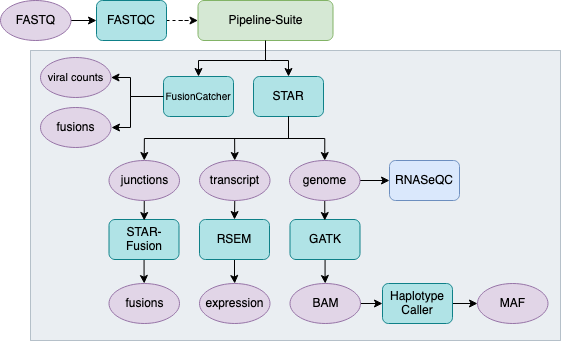
The draw.io diagram pughlab_rna_pipeline_suite.png in pughlab/pipeline-suite, before a commit. Source tidied: cells renumbered, new cells last; positions are measured from the earlier drawing's top-left corner, leaving out a move shared by most shapes.
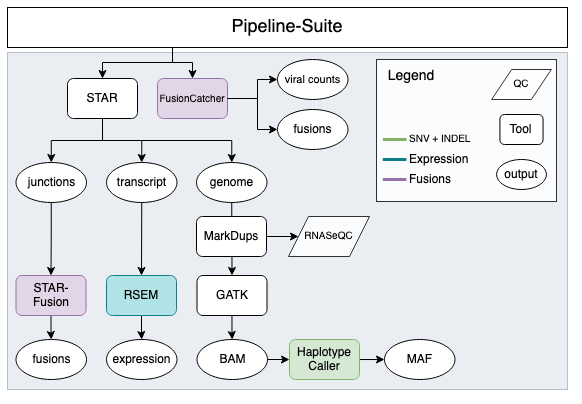
Above is the later version.

Commit message:
updated pipeline schematics

What changed in the source:
```diff
@@ -3,112 +3,95 @@
     <mxCell id="0" />
     <mxCell id="1" parent="0" />
     <mxCell id="2" style="rounded=0;whiteSpace=wrap;html=1;fillColor=#bac8d3;opacity=30;strokeColor=#23445d;" parent="1" vertex="1">
-      <mxGeometry x="30" y="50" width="530" height="290" as="geometry" />
+      <mxGeometry x="-50" y="53" width="560" height="337" as="geometry" />
     </mxCell>
     <mxCell id="3" style="edgeStyle=orthogonalEdgeStyle;rounded=0;jettySize=auto;html=1;" parent="1" edge="1" source="4" target="34">
       <mxGeometry relative="1" as="geometry" />
     </mxCell>
     <mxCell id="4" value="RSEM" style="rounded=1;whiteSpace=wrap;html=1;fillColor=#b0e3e6;strokeColor=#0e8088;" parent="1" vertex="1">
-      <mxGeometry x="199" y="219" width="70" height="40" as="geometry" />
+      <mxGeometry x="49" y="276" width="70" height="40" as="geometry" />
     </mxCell>
-    <mxCell id="5" style="edgeStyle=orthogonalEdgeStyle;rounded=0;jettySize=auto;html=1;entryX=1;entryY=0.5;entryDx=0;entryDy=0;" parent="1" edge="1" source="6" target="36">
+    <mxCell id="5" style="edgeStyle=orthogonalEdgeStyle;rounded=0;jettySize=auto;html=1;entryX=0;entryY=0.5;entryDx=0;entryDy=0;" parent="1" edge="1" source="6" target="36">
       <mxGeometry relative="1" as="geometry">
         <Array as="points">
-          <mxPoint x="130" y="96" />
-          <mxPoint x="130" y="77" />
+          <mxPoint x="200" y="99" />
+          <mxPoint x="200" y="80" />
         </Array>
       </mxGeometry>
     </mxCell>
-    <mxCell id="6" value="&lt;font style=&quot;font-size: 10px&quot;&gt;FusionCatcher&lt;/font&gt;" style="rounded=1;whiteSpace=wrap;html=1;fillColor=#b0e3e6;strokeColor=#0e8088;" parent="1" vertex="1">
-      <mxGeometry x="163" y="76" width="70" height="40" as="geometry" />
+    <mxCell id="6" value="&lt;font style=&quot;font-size: 10px&quot;&gt;FusionCatcher&lt;/font&gt;" style="rounded=1;whiteSpace=wrap;html=1;fillColor=#e1d5e7;strokeColor=#9673a6;" parent="1" vertex="1">
+      <mxGeometry x="100" y="79" width="70" height="40" as="geometry" />
     </mxCell>
-    <mxCell id="7" style="edgeStyle=orthogonalEdgeStyle;rounded=0;jettySize=auto;html=1;entryX=0.5;entryY=0;entryDx=0;entryDy=0;exitX=0.5;exitY=1;exitDx=0;exitDy=0;" parent="1" edge="1" source="8" target="9">
+    <mxCell id="7" style="edgeStyle=orthogonalEdgeStyle;rounded=0;jettySize=auto;html=1;entryX=0.5;entryY=0;entryDx=0;entryDy=0;exitX=0.5;exitY=1;exitDx=0;exitDy=0;" parent="1" edge="1" target="9">
       <mxGeometry relative="1" as="geometry">
+        <mxPoint x="115" y="43" as="sourcePoint" />
         <Array as="points">
-          <mxPoint x="270" y="60" />
-          <mxPoint x="225" y="60" />
+          <mxPoint x="120" y="63" />
+          <mxPoint x="75" y="63" />
         </Array>
       </mxGeometry>
     </mxCell>
-    <mxCell id="8" value="Pipeline-Suite" style="rounded=1;whiteSpace=wrap;html=1;fillColor=#d5e8d4;strokeColor=#82b366;" parent="1" vertex="1">
-      <mxGeometry x="197.5" width="135" height="40" as="geometry" />
-    </mxCell>
-    <mxCell id="9" value="STAR" style="rounded=1;whiteSpace=wrap;html=1;fillColor=#b0e3e6;strokeColor=#0e8088;" parent="1" vertex="1">
-      <mxGeometry x="253" y="76" width="70" height="40" as="geometry" />
+    <mxCell id="9" value="STAR" style="rounded=1;whiteSpace=wrap;html=1;" parent="1" vertex="1">
+      <mxGeometry x="10" y="79" width="70" height="40" as="geometry" />
     </mxCell>
-    <mxCell id="10" style="edgeStyle=orthogonalEdgeStyle;rounded=0;jettySize=auto;html=1;dashed=1;" parent="1" edge="1" source="11" target="8">
-      <mxGeometry relative="1" as="geometry" />
-    </mxCell>
-    <mxCell id="11" value="FASTQC" style="rounded=1;whiteSpace=wrap;html=1;fillColor=#b0e3e6;strokeColor=#0e8088;" parent="1" vertex="1">
-      <mxGeometry x="96" width="70" height="40" as="geometry" />
-    </mxCell>
     <mxCell id="12" style="edgeStyle=orthogonalEdgeStyle;rounded=0;jettySize=auto;html=1;" parent="1" edge="1" source="13" target="20">
       <mxGeometry relative="1" as="geometry" />
     </mxCell>
-    <mxCell id="13" value="GATK" style="rounded=1;whiteSpace=wrap;html=1;fillColor=#b0e3e6;strokeColor=#0e8088;" parent="1" vertex="1">
-      <mxGeometry x="289.5" y="219" width="70" height="40" as="geometry" />
+    <mxCell id="13" value="GATK" style="rounded=1;whiteSpace=wrap;html=1;" parent="1" vertex="1">
+      <mxGeometry x="139.5" y="276" width="70" height="40" as="geometry" />
     </mxCell>
-    <mxCell id="14" value="RNASeQC" style="rounded=1;whiteSpace=wrap;html=1;fillColor=#dae8fc;strokeColor=#6c8ebf;" parent="1" vertex="1">
-      <mxGeometry x="389" y="160" width="70" height="40" as="geometry" />
+    <mxCell id="14" value="RNASeQC" style="shape=parallelogram;perimeter=parallelogramPerimeter;whiteSpace=wrap;html=1;fixedSize=1;rounded=0;fontSize=10;opacity=80;" parent="1" vertex="1">
+      <mxGeometry x="231" y="217" width="81" height="40" as="geometry" />
     </mxCell>
     <mxCell id="15" style="edgeStyle=orthogonalEdgeStyle;rounded=0;jettySize=auto;html=1;" parent="1" edge="1" source="16" target="35">
       <mxGeometry relative="1" as="geometry" />
     </mxCell>
-    <mxCell id="16" value="STAR-Fusion" style="rounded=1;whiteSpace=wrap;html=1;fillColor=#b0e3e6;strokeColor=#0e8088;" parent="1" vertex="1">
-      <mxGeometry x="108.5" y="219" width="70" height="40" as="geometry" />
+    <mxCell id="16" value="STAR-Fusion" style="rounded=1;whiteSpace=wrap;html=1;fillColor=#e1d5e7;strokeColor=#9673a6;" parent="1" vertex="1">
+      <mxGeometry x="-41.5" y="276" width="70" height="40" as="geometry" />
     </mxCell>
     <mxCell id="17" style="edgeStyle=orthogonalEdgeStyle;rounded=0;jumpStyle=none;jettySize=auto;html=1;strokeColor=#000000;entryX=0;entryY=0.5;entryDx=0;entryDy=0;" parent="1" edge="1" source="18" target="38">
       <mxGeometry relative="1" as="geometry" />
     </mxCell>
-    <mxCell id="18" value="&lt;div&gt;&lt;font style=&quot;font-size: 12px&quot;&gt;Haplotype&lt;/font&gt;&lt;/div&gt;&lt;div&gt;&lt;font style=&quot;font-size: 12px&quot;&gt;Caller&lt;/font&gt;&lt;/div&gt;" style="rounded=1;whiteSpace=wrap;html=1;fillColor=#b0e3e6;strokeColor=#0e8088;" parent="1" vertex="1">
-      <mxGeometry x="382" y="283" width="70" height="40" as="geometry" />
+    <mxCell id="18" value="&lt;div&gt;&lt;font style=&quot;font-size: 12px&quot;&gt;Haplotype&lt;/font&gt;&lt;/div&gt;&lt;div&gt;&lt;font style=&quot;font-size: 12px&quot;&gt;Caller&lt;/font&gt;&lt;/div&gt;" style="rounded=1;whiteSpace=wrap;html=1;fillColor=#d5e8d4;strokeColor=#82b366;" parent="1" vertex="1">
+      <mxGeometry x="232" y="340" width="70" height="40" as="geometry" />
     </mxCell>
     <mxCell id="19" style="edgeStyle=orthogonalEdgeStyle;rounded=0;jumpStyle=none;jettySize=auto;html=1;strokeColor=#000000;entryX=0;entryY=0.5;entryDx=0;entryDy=0;exitX=1;exitY=0.5;exitDx=0;exitDy=0;" parent="1" edge="1" source="20" target="18">
       <mxGeometry relative="1" as="geometry" />
     </mxCell>
-    <mxCell id="20" value="BAM" style="ellipse;whiteSpace=wrap;html=1;fillColor=#e1d5e7;strokeColor=#9673a6;" parent="1" vertex="1">
-      <mxGeometry x="289.5" y="283" width="70.5" height="40" as="geometry" />
+    <mxCell id="20" value="BAM" style="ellipse;whiteSpace=wrap;html=1;" parent="1" vertex="1">
+      <mxGeometry x="139.5" y="340" width="70.5" height="40" as="geometry" />
     </mxCell>
     <mxCell id="21" style="edgeStyle=orthogonalEdgeStyle;rounded=0;jettySize=auto;html=1;entryX=0.5;entryY=0;entryDx=0;entryDy=0;exitX=0.5;exitY=1;exitDx=0;exitDy=0;" parent="1" edge="1" source="22" target="4">
       <mxGeometry relative="1" as="geometry">
         <Array as="points">
-          <mxPoint x="234" y="200" />
+          <mxPoint x="84" y="203" />
         </Array>
       </mxGeometry>
     </mxCell>
-    <mxCell id="22" value="transcript" style="ellipse;whiteSpace=wrap;html=1;fillColor=#e1d5e7;strokeColor=#9673a6;" parent="1" vertex="1">
-      <mxGeometry x="199" y="160" width="70.5" height="40" as="geometry" />
+    <mxCell id="22" value="transcript" style="ellipse;whiteSpace=wrap;html=1;" parent="1" vertex="1">
+      <mxGeometry x="49" y="163" width="70.5" height="40" as="geometry" />
     </mxCell>
-    <mxCell id="23" style="edgeStyle=orthogonalEdgeStyle;rounded=0;jettySize=auto;html=1;" parent="1" edge="1" source="25" target="14">
+    <mxCell id="23" style="edgeStyle=orthogonalEdgeStyle;rounded=0;jettySize=auto;html=1;exitX=1;exitY=0.5;exitDx=0;exitDy=0;" parent="1" edge="1" source="56" target="14">
       <mxGeometry relative="1" as="geometry" />
     </mxCell>
-    <mxCell id="24" style="edgeStyle=orthogonalEdgeStyle;rounded=0;jettySize=auto;html=1;" parent="1" edge="1" source="25">
-      <mxGeometry relative="1" as="geometry">
-        <mxPoint x="325" y="220" as="targetPoint" />
-      </mxGeometry>
+    <mxCell id="24" style="edgeStyle=orthogonalEdgeStyle;rounded=0;jettySize=auto;html=1;entryX=0.5;entryY=0;entryDx=0;entryDy=0;" parent="1" edge="1" source="25" target="56">
+      <mxGeometry relative="1" as="geometry" />
     </mxCell>
-    <mxCell id="25" value="genome" style="ellipse;whiteSpace=wrap;html=1;fillColor=#e1d5e7;strokeColor=#9673a6;" parent="1" vertex="1">
-      <mxGeometry x="289" y="160" width="70.5" height="40" as="geometry" />
+    <mxCell id="25" value="genome" style="ellipse;whiteSpace=wrap;html=1;" parent="1" vertex="1">
+      <mxGeometry x="139" y="163" width="70.5" height="40" as="geometry" />
     </mxCell>
-    <mxCell id="26" style="edgeStyle=orthogonalEdgeStyle;rounded=0;jettySize=auto;html=1;" parent="1" edge="1" source="27">
-      <mxGeometry relative="1" as="geometry">
-        <mxPoint x="144" y="220" as="targetPoint" />
-      </mxGeometry>
+    <mxCell id="26" style="edgeStyle=orthogonalEdgeStyle;rounded=0;jettySize=auto;html=1;entryX=0.5;entryY=0;entryDx=0;entryDy=0;" parent="1" edge="1" source="27" target="16">
+      <mxGeometry relative="1" as="geometry" />
     </mxCell>
-    <mxCell id="27" value="junctions" style="ellipse;whiteSpace=wrap;html=1;fillColor=#e1d5e7;strokeColor=#9673a6;" parent="1" vertex="1">
-      <mxGeometry x="108.5" y="160" width="70.5" height="40" as="geometry" />
+    <mxCell id="27" value="junctions" style="ellipse;whiteSpace=wrap;html=1;" parent="1" vertex="1">
+      <mxGeometry x="-41.5" y="163" width="70.5" height="40" as="geometry" />
     </mxCell>
-    <mxCell id="28" style="edgeStyle=orthogonalEdgeStyle;rounded=0;jettySize=auto;html=1;" parent="1" edge="1" source="29" target="11">
-      <mxGeometry relative="1" as="geometry" />
-    </mxCell>
-    <mxCell id="29" value="FASTQ" style="ellipse;whiteSpace=wrap;html=1;fillColor=#e1d5e7;strokeColor=#9673a6;" parent="1" vertex="1">
-      <mxGeometry width="70.5" height="40" as="geometry" />
-    </mxCell>
-    <mxCell id="30" style="edgeStyle=orthogonalEdgeStyle;rounded=0;jettySize=auto;html=1;exitX=0.5;exitY=1;exitDx=0;exitDy=0;entryX=0.5;entryY=0;entryDx=0;entryDy=0;" parent="1" edge="1" source="8" target="6">
+    <mxCell id="30" style="edgeStyle=orthogonalEdgeStyle;rounded=0;jettySize=auto;html=1;exitX=0.5;exitY=1;exitDx=0;exitDy=0;entryX=0.5;entryY=0;entryDx=0;entryDy=0;" parent="1" edge="1" target="6">
       <mxGeometry relative="1" as="geometry">
+        <mxPoint x="115" y="43" as="sourcePoint" />
         <Array as="points">
-          <mxPoint x="270" y="60" />
-          <mxPoint x="317" y="60" />
+          <mxPoint x="120" y="63" />
+          <mxPoint x="167" y="63" />
         </Array>
       </mxGeometry>
     </mxCell>
@@ -121,29 +104,95 @@
     <mxCell id="33" style="edgeStyle=orthogonalEdgeStyle;rounded=0;jettySize=auto;html=1;entryX=0.5;entryY=0;entryDx=0;entryDy=0;exitX=0.5;exitY=1;exitDx=0;exitDy=0;" parent="1" edge="1" source="9" target="25">
       <mxGeometry relative="1" as="geometry" />
     </mxCell>
-    <mxCell id="34" value="expression" style="ellipse;whiteSpace=wrap;html=1;fillColor=#e1d5e7;strokeColor=#9673a6;" parent="1" vertex="1">
-      <mxGeometry x="199" y="283" width="70.5" height="40" as="geometry" />
+    <mxCell id="34" value="expression" style="ellipse;whiteSpace=wrap;html=1;" parent="1" vertex="1">
+      <mxGeometry x="49" y="340" width="70.5" height="40" as="geometry" />
     </mxCell>
-    <mxCell id="35" value="fusions" style="ellipse;whiteSpace=wrap;html=1;fillColor=#e1d5e7;strokeColor=#9673a6;" parent="1" vertex="1">
-      <mxGeometry x="108.5" y="283" width="70.5" height="40" as="geometry" />
+    <mxCell id="35" value="fusions" style="ellipse;whiteSpace=wrap;html=1;" parent="1" vertex="1">
+      <mxGeometry x="-41.5" y="340" width="70.5" height="40" as="geometry" />
     </mxCell>
-    <mxCell id="36" value="&lt;font style=&quot;font-size: 11px&quot;&gt;viral counts&lt;/font&gt;" style="ellipse;whiteSpace=wrap;html=1;fillColor=#e1d5e7;strokeColor=#9673a6;" parent="1" vertex="1">
-      <mxGeometry x="40" y="57" width="70.5" height="40" as="geometry" />
+    <mxCell id="36" value="&lt;font style=&quot;font-size: 11px&quot;&gt;viral counts&lt;/font&gt;" style="ellipse;whiteSpace=wrap;html=1;" parent="1" vertex="1">
+      <mxGeometry x="220" y="60" width="70.5" height="40" as="geometry" />
     </mxCell>
-    <mxCell id="37" value="fusions" style="ellipse;whiteSpace=wrap;html=1;fillColor=#e1d5e7;strokeColor=#9673a6;" parent="1" vertex="1">
-      <mxGeometry x="40" y="107" width="70.5" height="40" as="geometry" />
+    <mxCell id="37" value="fusions" style="ellipse;whiteSpace=wrap;html=1;" parent="1" vertex="1">
+      <mxGeometry x="220" y="110" width="70.5" height="40" as="geometry" />
     </mxCell>
-    <mxCell id="38" value="MAF" style="ellipse;whiteSpace=wrap;html=1;fillColor=#e1d5e7;strokeColor=#9673a6;" parent="1" vertex="1">
-      <mxGeometry x="477" y="283" width="70.5" height="40" as="geometry" />
+    <mxCell id="38" value="MAF" style="ellipse;whiteSpace=wrap;html=1;" parent="1" vertex="1">
+      <mxGeometry x="327" y="340" width="70.5" height="40" as="geometry" />
     </mxCell>
-    <mxCell id="39" style="edgeStyle=orthogonalEdgeStyle;rounded=0;jettySize=auto;html=1;exitX=0;exitY=0.5;exitDx=0;exitDy=0;" parent="1" edge="1" source="6">
+    <mxCell id="39" style="edgeStyle=orthogonalEdgeStyle;rounded=0;jettySize=auto;html=1;exitX=1;exitY=0.5;exitDx=0;exitDy=0;entryX=0;entryY=0.5;entryDx=0;entryDy=0;" parent="1" edge="1" source="6" target="37">
       <mxGeometry relative="1" as="geometry">
-        <mxPoint x="111" y="127" as="targetPoint" />
         <Array as="points">
-          <mxPoint x="130" y="96" />
-          <mxPoint x="130" y="127" />
+          <mxPoint x="200" y="99" />
+          <mxPoint x="200" y="130" />
         </Array>
       </mxGeometry>
     </mxCell>
+    <mxCell id="8" value="Pipeline-Suite" style="rounded=0;whiteSpace=wrap;html=1;glass=0;shadow=0;sketch=0;fontStyle=0;fontSize=18;" parent="1" vertex="1">
+      <mxGeometry x="-50" y="8" width="560" height="40" as="geometry" />
+    </mxCell>
+    <mxCell id="40" style="group;" parent="1" vertex="1">
+      <mxGeometry x="319" y="60" width="180" height="142" as="geometry" />
+    </mxCell>
+    <mxCell id="41" style="rounded=0;whiteSpace=wrap;html=1;opacity=80;" parent="40" vertex="1">
+      <mxGeometry width="180" height="142" as="geometry" />
+    </mxCell>
+    <mxCell id="42" value="QC" style="shape=parallelogram;perimeter=parallelogramPerimeter;whiteSpace=wrap;html=1;fixedSize=1;rounded=0;fontSize=10;opacity=80;" parent="40" vertex="1">
+      <mxGeometry x="115.2" y="10" width="59.7" height="30" as="geometry" />
+    </mxCell>
+    <mxCell id="43" value="Tool" style="rounded=1;whiteSpace=wrap;html=1;" parent="40" vertex="1">
+      <mxGeometry x="123.4" y="55" width="43.1" height="30" as="geometry" />
+    </mxCell>
+    <mxCell id="44" value="output" style="ellipse;whiteSpace=wrap;html=1;" parent="40" vertex="1">
+      <mxGeometry x="120.1" y="100" width="49.7" height="30" as="geometry" />
+    </mxCell>
+    <mxCell id="45" value="&lt;font style=&quot;font-size: 14px&quot;&gt;Legend&lt;/font&gt;" style="text;html=1;strokeColor=none;fillColor=none;align=center;verticalAlign=middle;whiteSpace=wrap;rounded=0;shadow=0;glass=0;sketch=0;fontSize=18;opacity=80;" parent="40" vertex="1">
+      <mxGeometry y="6" width="69.5" height="20" as="geometry" />
+    </mxCell>
+    <mxCell id="46" style="group;" parent="40" vertex="1">
+      <mxGeometry x="6.4" y="70" width="98.6" height="20" as="geometry" />
+    </mxCell>
+    <mxCell id="47" style="endArrow=none;html=1;strokeWidth=3;fillColor=#d5e8d4;sketch=0;strokeColor=#82B366;" parent="46" edge="1">
+      <mxGeometry y="-6.5" as="geometry">
+        <mxPoint y="10" as="sourcePoint" />
+        <mxPoint x="23.7" y="10" as="targetPoint" />
+      </mxGeometry>
+    </mxCell>
+    <mxCell id="48" value="&lt;font style=&quot;font-size: 10px;&quot;&gt;SNV&lt;/font&gt;&lt;font style=&quot;font-size: 10px;&quot;&gt; + INDEL&lt;/font&gt;" style="text;html=1;strokeColor=none;fillColor=none;align=left;verticalAlign=middle;whiteSpace=wrap;rounded=0;opacity=80;fontSize=10;" parent="46" vertex="1">
+      <mxGeometry x="24.8" width="73.9" height="20" as="geometry" />
+    </mxCell>
+    <mxCell id="49" style="group;" parent="40" vertex="1">
+      <mxGeometry x="6.2" y="90" width="98.8" height="20" as="geometry" />
+    </mxCell>
+    <mxCell id="50" style="endArrow=none;html=1;strokeWidth=3;fillColor=#dae8fc;sketch=0;strokeColor=#0E8088;" parent="49" edge="1">
+      <mxGeometry y="11.5" as="geometry">
+        <mxPoint y="10" as="sourcePoint" />
+        <mxPoint x="23.7" y="10" as="targetPoint" />
+      </mxGeometry>
+    </mxCell>
+    <mxCell id="51" value="Expression" style="text;html=1;strokeColor=none;fillColor=none;align=left;verticalAlign=middle;whiteSpace=wrap;rounded=0;opacity=80;" parent="49" vertex="1">
+      <mxGeometry x="25" width="73.8" height="20" as="geometry" />
+    </mxCell>
+    <mxCell id="52" style="group;" parent="40" vertex="1">
+      <mxGeometry x="6.2" y="110" width="80" height="20" as="geometry" />
+    </mxCell>
+    <mxCell id="53" style="endArrow=none;html=1;strokeWidth=3;fillColor=#b0e3e6;sketch=0;strokeColor=#9673A6;" parent="52" edge="1">
+      <mxGeometry y="-25.5" as="geometry">
+        <mxPoint y="10" as="sourcePoint" />
+        <mxPoint x="23.7" y="10" as="targetPoint" />
+      </mxGeometry>
+    </mxCell>
+    <mxCell id="54" value="Fusions" style="text;html=1;strokeColor=none;fillColor=none;align=left;verticalAlign=middle;whiteSpace=wrap;rounded=0;opacity=80;" parent="52" vertex="1">
+      <mxGeometry x="25.2" width="54.8" height="20" as="geometry" />
+    </mxCell>
+    <mxCell id="55" style="edgeStyle=orthogonalEdgeStyle;rounded=0;jettySize=auto;html=1;entryX=0.5;entryY=0;entryDx=0;entryDy=0;" parent="1" edge="1" source="56" target="13">
+      <mxGeometry relative="1" as="geometry">
+        <Array as="points">
+          <mxPoint x="174" y="276" />
+        </Array>
+      </mxGeometry>
+    </mxCell>
+    <mxCell id="56" value="MarkDups" style="rounded=1;whiteSpace=wrap;html=1;" parent="1" vertex="1">
+      <mxGeometry x="139" y="217" width="70" height="40" as="geometry" />
+    </mxCell>
   </root>
 </mxGraphModel>
```
